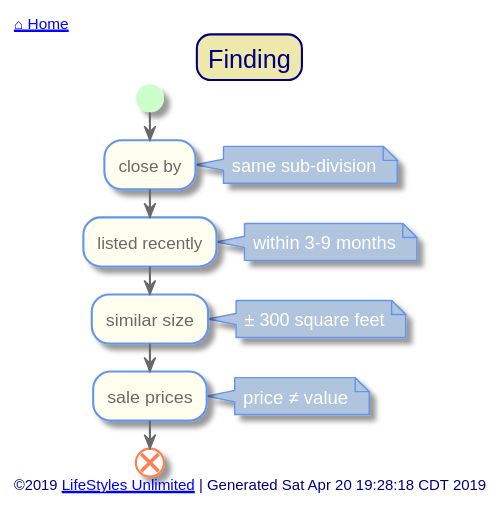
This is out/src/single-family/finding.svg from toddmo/lifestylesunlimited, a PlantUML export, as it was before one commit.
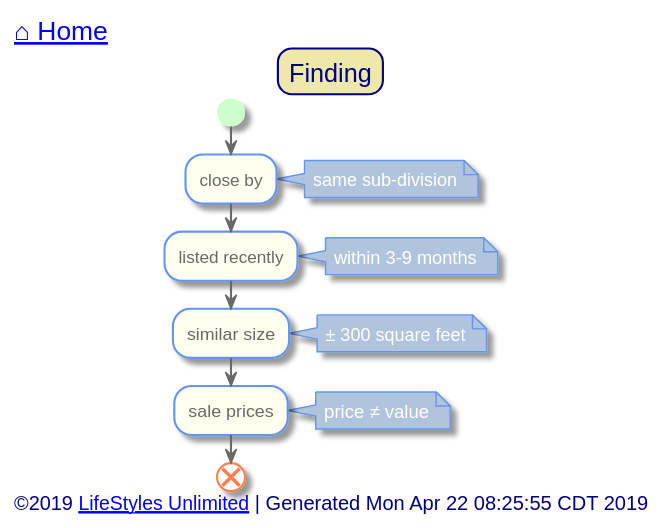
Above is the later version.

The edit, as a diff of the source:
```diff
@@ -73,7 +73,7 @@
 
 
 left header
-	<font color=Navy>[[../index.svg ⌂ Home]]</font>
+	<font color=Navy size=18>[[../index.svg ⌂ Home]]</font>
 endheader
 
 
@@ -97,7 +97,7 @@
 
 
 left footer
-	©2019 [[http://www.lifestylesunlimited.com LifeStyles Unlimited]] | Generated Sat Apr 20 19:28:18 CDT 2019
+	<font size=14>©2019 [[http://www.lifestylesunlimited.com LifeStyles Unlimited]] | Generated Mon Apr 22 08:25:55 CDT 2019</font>
 endfooter
 
 
```
